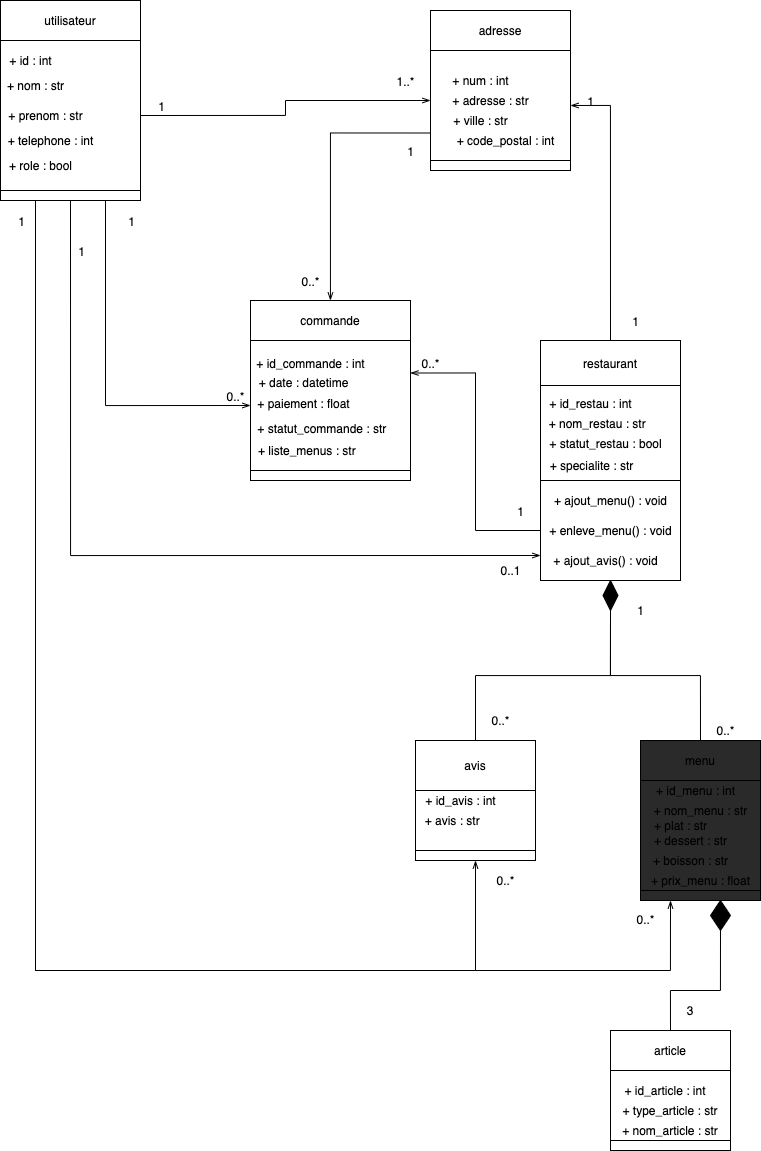
This is diagrammes/diagramme_de_classes.png from TheAIWizard/Ensaeats, a draw.io export, as it was before one commit. Source tidied: cells renumbered, new cells last; positions are measured from the earlier drawing's top-left corner, leaving out a move shared by most shapes.
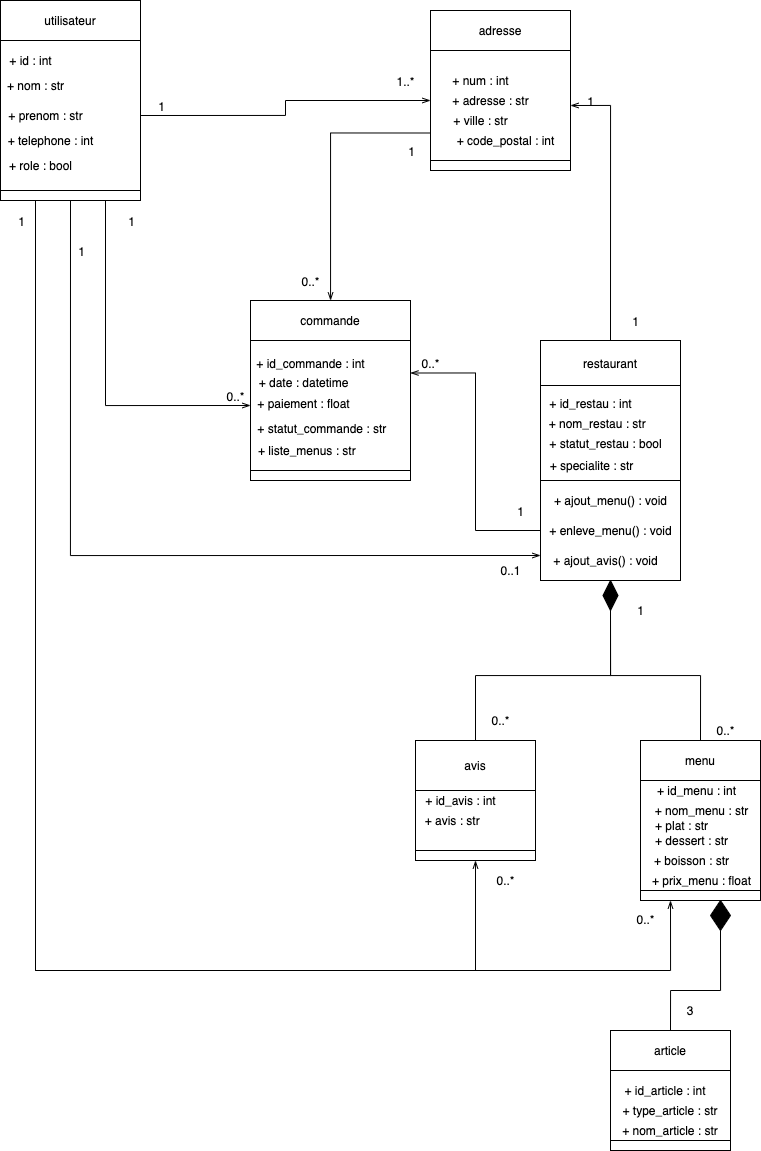
After the commit.

Diff of the diagram source:
```diff
@@ -182,10 +182,10 @@
     <mxCell id="57" style="rhombus;whiteSpace=wrap;html=1;fillColor=#000000;" parent="1" vertex="1">
       <mxGeometry x="602.5" y="580" width="15" height="30" as="geometry" />
     </mxCell>
-    <mxCell id="58" style="rounded=0;whiteSpace=wrap;html=1;fillColor=#2A2A2A;" parent="1" vertex="1">
+    <mxCell id="58" style="rounded=0;whiteSpace=wrap;html=1;fillColor=none;strokeColor=#000000;" parent="1" vertex="1">
       <mxGeometry x="640" y="890" width="120" height="10" as="geometry" />
     </mxCell>
-    <mxCell id="59" style="rounded=0;whiteSpace=wrap;html=1;fillColor=#2A2A2A;" parent="1" vertex="1">
+    <mxCell id="59" style="rounded=0;whiteSpace=wrap;html=1;fillColor=none;strokeColor=#000000;" parent="1" vertex="1">
       <mxGeometry x="640" y="780" width="120" height="110" as="geometry" />
     </mxCell>
     <mxCell id="60" style="edgeStyle=orthogonalEdgeStyle;rounded=0;jettySize=auto;html=1;exitX=0.5;exitY=0;exitDx=0;exitDy=0;endArrow=none;endFill=0;strokeWidth=1;strokeColor=#000000;" parent="1" edge="1" source="61">
@@ -193,7 +193,7 @@
         <mxPoint x="610" y="610" as="targetPoint" />
       </mxGeometry>
     </mxCell>
-    <mxCell id="61" value="menu" style="rounded=0;whiteSpace=wrap;html=1;fillColor=#2A2A2A;" parent="1" vertex="1">
+    <mxCell id="61" value="&lt;font color=&quot;#000000&quot;&gt;menu&lt;/font&gt;" style="rounded=0;whiteSpace=wrap;html=1;fillColor=none;strokeColor=#000000;" parent="1" vertex="1">
       <mxGeometry x="640" y="740" width="120" height="40" as="geometry" />
     </mxCell>
     <mxCell id="62" value="&lt;font color=&quot;#000000&quot;&gt;1&lt;/font&gt;" style="text;html=1;align=center;verticalAlign=middle;strokeColor=none;" parent="1" vertex="1">
@@ -211,23 +211,23 @@
     <mxCell id="66" value="&lt;font color=&quot;#000000&quot;&gt;0..*&lt;/font&gt;" style="text;html=1;align=center;verticalAlign=middle;strokeColor=none;" parent="1" vertex="1">
       <mxGeometry x="631" y="911" width="28" height="17" as="geometry" />
     </mxCell>
-    <mxCell id="67" value="+ plat : str" style="text;html=1;align=center;verticalAlign=middle;strokeColor=none;" parent="1" vertex="1">
-      <mxGeometry x="645" y="815" width="70" height="20" as="geometry" />
+    <mxCell id="67" value="&lt;font color=&quot;#000000&quot;&gt;+ plat : str&lt;/font&gt;" style="text;html=1;align=center;verticalAlign=middle;strokeColor=none;" parent="1" vertex="1">
+      <mxGeometry x="649" y="817" width="63" height="17" as="geometry" />
     </mxCell>
-    <mxCell id="68" value="+ dessert : str" style="text;html=1;align=center;verticalAlign=middle;strokeColor=none;" parent="1" vertex="1">
-      <mxGeometry x="645" y="830" width="90" height="20" as="geometry" />
+    <mxCell id="68" value="&lt;font color=&quot;#000000&quot;&gt;+ dessert : str&lt;/font&gt;" style="text;html=1;align=center;verticalAlign=middle;strokeColor=none;" parent="1" vertex="1">
+      <mxGeometry x="649" y="832" width="83" height="17" as="geometry" />
     </mxCell>
-    <mxCell id="69" value="+ boisson : str" style="text;html=1;align=center;verticalAlign=middle;strokeColor=none;" parent="1" vertex="1">
-      <mxGeometry x="645" y="850" width="90" height="20" as="geometry" />
+    <mxCell id="69" value="&lt;font color=&quot;#000000&quot;&gt;+ boisson : str&lt;/font&gt;" style="text;html=1;align=center;verticalAlign=middle;strokeColor=none;" parent="1" vertex="1">
+      <mxGeometry x="648" y="852" width="85" height="17" as="geometry" />
     </mxCell>
-    <mxCell id="70" value="+ id_menu : int" style="text;html=1;align=center;verticalAlign=middle;strokeColor=none;" parent="1" vertex="1">
-      <mxGeometry x="650" y="780" width="90" height="20" as="geometry" />
+    <mxCell id="70" value="&lt;font color=&quot;#000000&quot;&gt;+ id_menu : int&lt;/font&gt;" style="text;html=1;align=center;verticalAlign=middle;strokeColor=none;" parent="1" vertex="1">
+      <mxGeometry x="651" y="782" width="89" height="17" as="geometry" />
     </mxCell>
     <mxCell id="71" value="&amp;nbsp;+ avis : str" style="text;html=1;align=center;verticalAlign=middle;strokeColor=none;" parent="1" vertex="1">
       <mxGeometry x="415" y="810" width="70" height="20" as="geometry" />
     </mxCell>
-    <mxCell id="72" value="+ prix_menu : float" style="text;html=1;align=center;verticalAlign=middle;strokeColor=none;" parent="1" vertex="1">
-      <mxGeometry x="645" y="870" width="110" height="20" as="geometry" />
+    <mxCell id="72" value="&lt;font color=&quot;#000000&quot;&gt;+ prix_menu : float&lt;/font&gt;" style="text;html=1;align=center;verticalAlign=middle;strokeColor=none;" parent="1" vertex="1">
+      <mxGeometry x="646" y="872" width="109" height="17" as="geometry" />
     </mxCell>
     <mxCell id="73" value="&lt;font color=&quot;#000000&quot;&gt;1&lt;/font&gt;" style="text;html=1;align=center;verticalAlign=middle;strokeColor=none;" parent="1" vertex="1">
       <mxGeometry x="12" y="212" width="17" height="17" as="geometry" />
@@ -270,8 +270,8 @@
     <mxCell id="84" value="+ nom_article : str" style="text;html=1;strokeColor=none;fillColor=none;align=center;verticalAlign=middle;whiteSpace=wrap;rounded=0;" parent="1" vertex="1">
       <mxGeometry x="605" y="1120" width="130" height="20" as="geometry" />
     </mxCell>
-    <mxCell id="85" value="+ nom_menu : str" style="text;html=1;align=center;verticalAlign=middle;strokeColor=none;" parent="1" vertex="1">
-      <mxGeometry x="645" y="800" width="110" height="20" as="geometry" />
+    <mxCell id="85" value="&lt;font color=&quot;#000000&quot;&gt;+ nom_menu : str&lt;/font&gt;" style="text;html=1;align=center;verticalAlign=middle;strokeColor=none;" parent="1" vertex="1">
+      <mxGeometry x="649" y="802" width="103" height="17" as="geometry" />
     </mxCell>
     <mxCell id="86" value="+ specialite : str" style="text;html=1;align=center;verticalAlign=middle;strokeColor=none;" parent="1" vertex="1">
       <mxGeometry x="540.5" y="455" width="100" height="20" as="geometry" />
```
